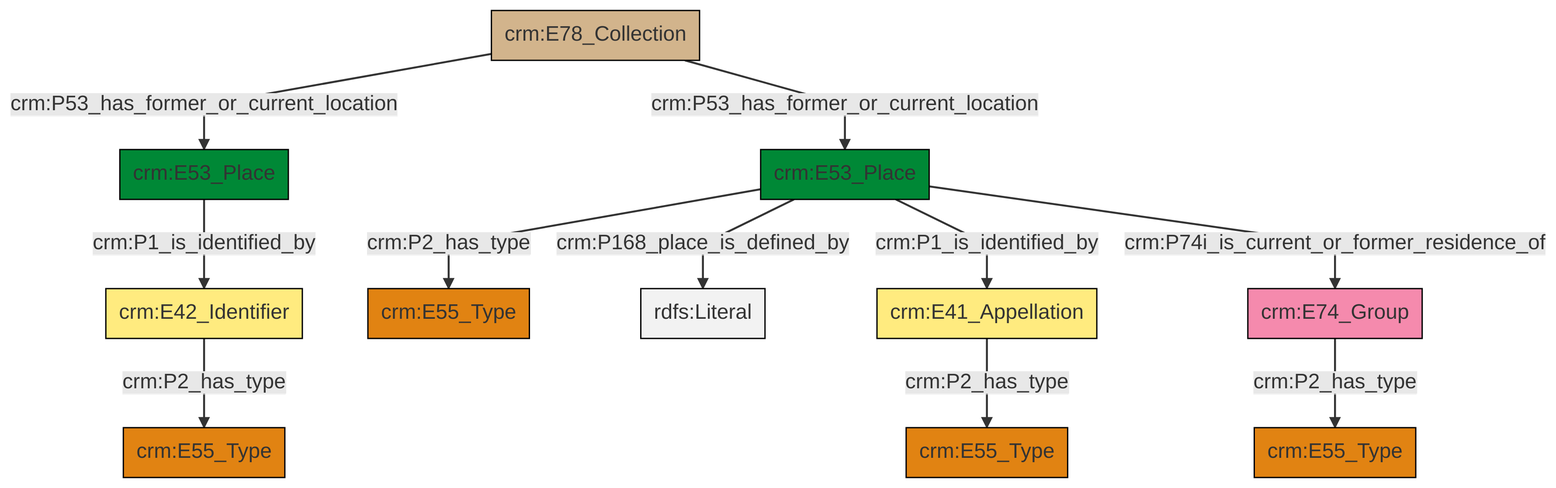
Earlier version of the Mermaid export et/archivalCSV/ttl/mmd/png/archival_location.png (swiss-art-research-net/docs.swissartresearch). Its source is kept beside it as et/archivalCSV/ttl/mmd/archival_location.ttl.mmd.
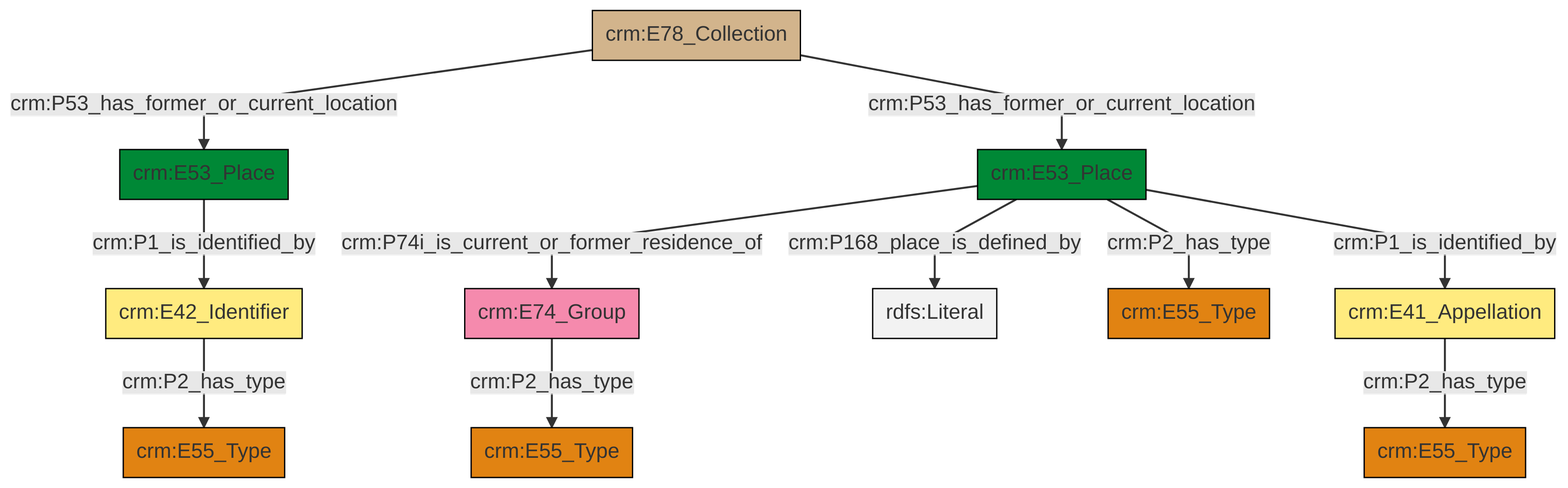
The same file after the commit.

Diff of the diagram source:
```diff
@@ -13,13 +13,13 @@
 classDef PC_Classes fill:#4ce600, stroke:#000000;
 classDef Multi fill:#cccccc,stroke:#000000;
 
-6["crm:E41_Appellation"]:::Appellation -->|crm:P2_has_type| 7["crm:E55_Type"]:::Type
-10["crm:E53_Place"]:::Place -->|crm:P2_has_type| 0["crm:E55_Type"]:::Type
-8["crm:E53_Place"]:::Place -->|crm:P1_is_identified_by| 12["crm:E42_Identifier"]:::Appellation
-2["crm:E78_Collection"]:::Physical_Thing -->|crm:P53_has_former_or_current_location| 8["crm:E53_Place"]:::Place
-10["crm:E53_Place"]:::Place -->|crm:P168_place_is_defined_by| 18[rdfs:Literal]:::Literal
-2["crm:E78_Collection"]:::Physical_Thing -->|crm:P53_has_former_or_current_location| 10["crm:E53_Place"]:::Place
-10["crm:E53_Place"]:::Place -->|crm:P1_is_identified_by| 6["crm:E41_Appellation"]:::Appellation
-12["crm:E42_Identifier"]:::Appellation -->|crm:P2_has_type| 4["crm:E55_Type"]:::Type
-20["crm:E74_Group"]:::Actor -->|crm:P2_has_type| 16["crm:E55_Type"]:::Type
-10["crm:E53_Place"]:::Place -->|crm:P74i_is_current_or_former_residence_of| 20["crm:E74_Group"]:::Actor
+2["crm:E78_Collection"]:::Physical_Thing -->|crm:P53_has_former_or_current_location| 3["crm:E53_Place"]:::Place
+3["crm:E53_Place"]:::Place -->|crm:P1_is_identified_by| 4["crm:E42_Identifier"]:::Appellation
+7["crm:E53_Place"]:::Place -->|crm:P74i_is_current_or_former_residence_of| 8["crm:E74_Group"]:::Actor
+4["crm:E42_Identifier"]:::Appellation -->|crm:P2_has_type| 14["crm:E55_Type"]:::Type
+7["crm:E53_Place"]:::Place -->|crm:P168_place_is_defined_by| 15[rdfs:Literal]:::Literal
+8["crm:E74_Group"]:::Actor -->|crm:P2_has_type| 9["crm:E55_Type"]:::Type
+7["crm:E53_Place"]:::Place -->|crm:P2_has_type| 0["crm:E55_Type"]:::Type
+2["crm:E78_Collection"]:::Physical_Thing -->|crm:P53_has_former_or_current_location| 7["crm:E53_Place"]:::Place
+22["crm:E41_Appellation"]:::Appellation -->|crm:P2_has_type| 12["crm:E55_Type"]:::Type
+7["crm:E53_Place"]:::Place -->|crm:P1_is_identified_by| 22["crm:E41_Appellation"]:::Appellation
```
